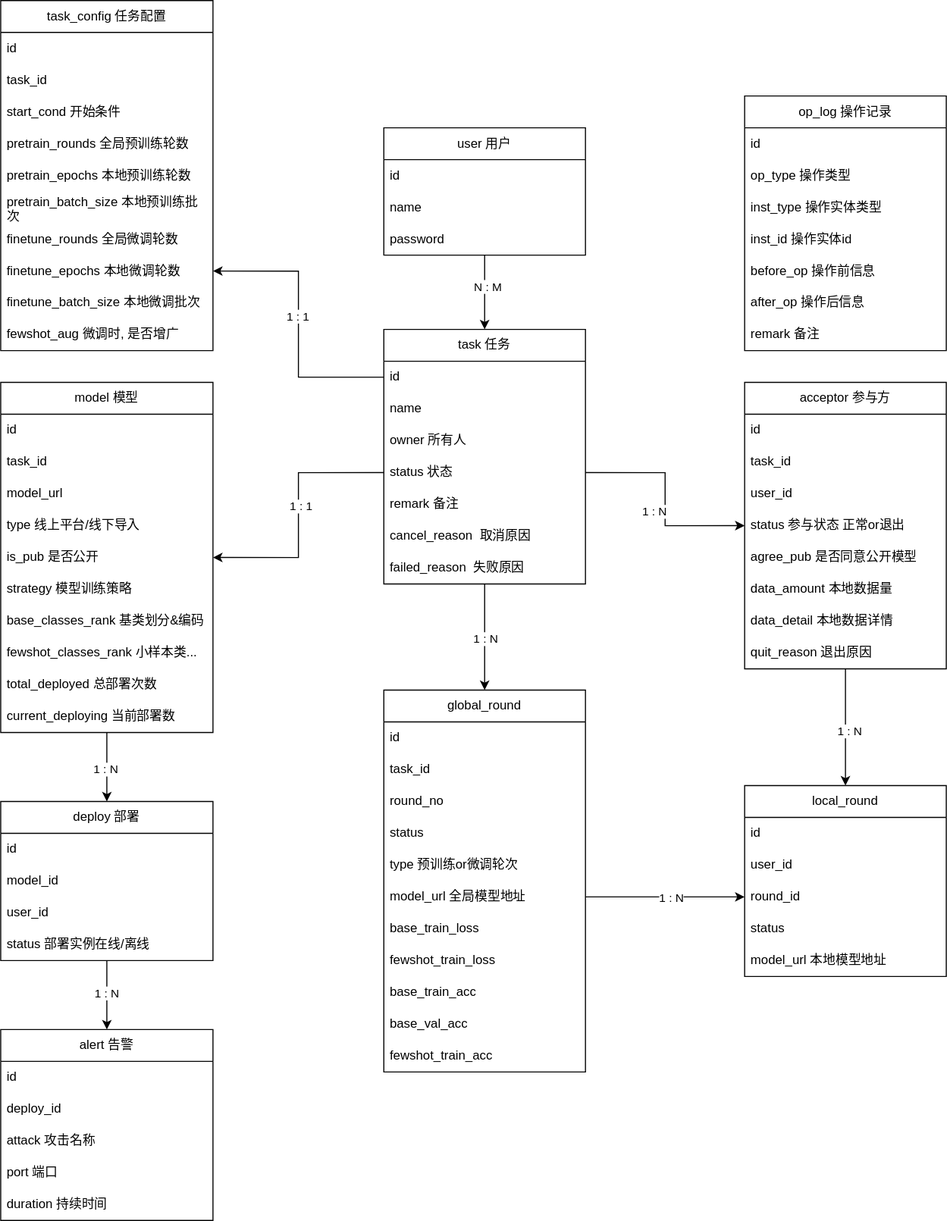
hiro942/drawio keeps this draw.io diagram as 数据库ER.svg. Above is the earlier version. Source tidied: cells renumbered, new cells last; positions are measured from the earlier drawing's top-left corner, leaving out a move shared by most shapes.
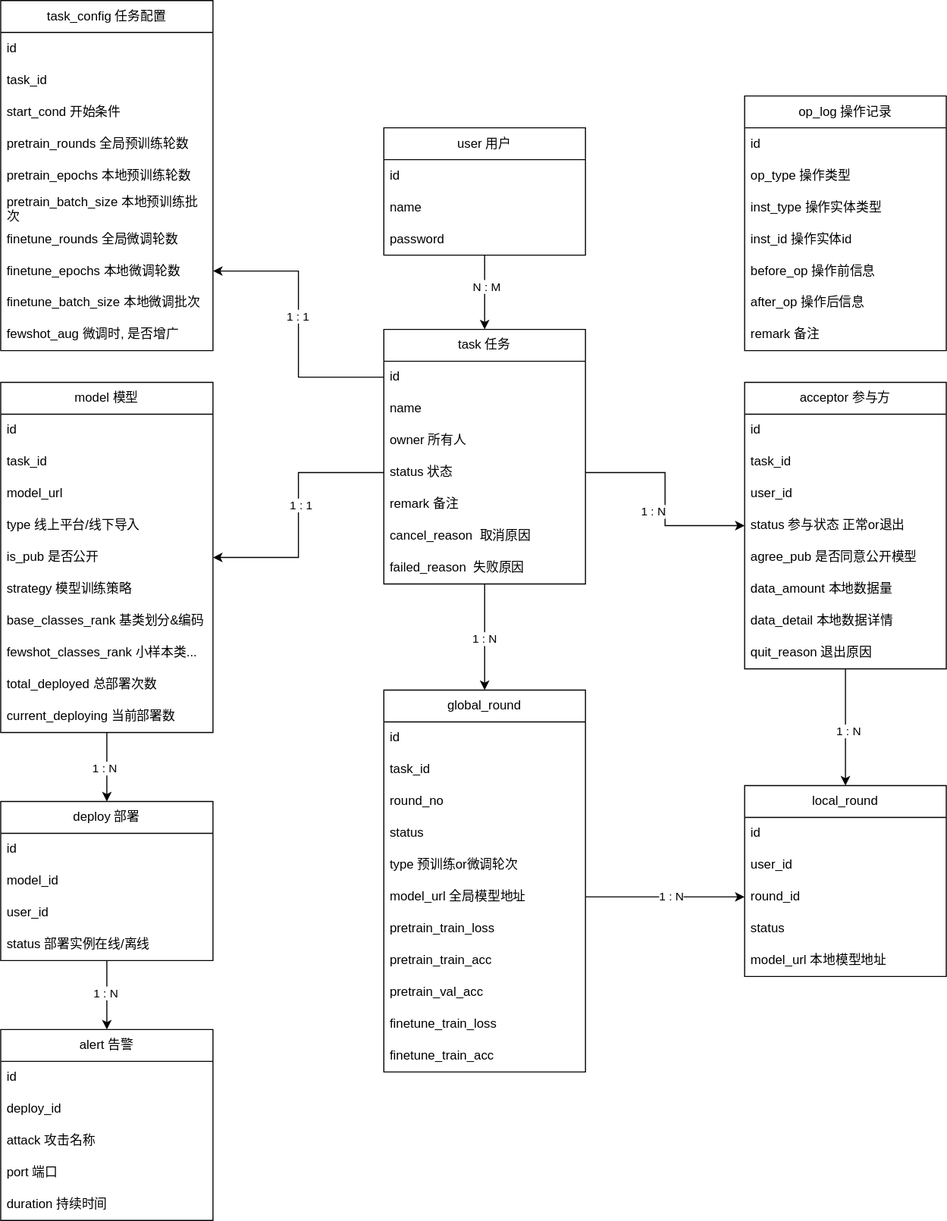
After the commit.

Commit message:
更新数据库ER.svg

What changed in the source:
```diff
@@ -104,19 +104,19 @@
     <mxCell id="35" value="model_url 全局模型地址" style="text;strokeColor=none;fillColor=none;align=left;verticalAlign=middle;spacingLeft=4;spacingRight=4;overflow=hidden;points=[[0,0.5],[1,0.5]];portConstraint=eastwest;whiteSpace=wrap;html=1;" parent="29" vertex="1">
       <mxGeometry y="180" width="190" height="30" as="geometry" />
     </mxCell>
-    <mxCell id="36" value="base_train_loss&amp;nbsp;" style="text;strokeColor=none;fillColor=none;align=left;verticalAlign=middle;spacingLeft=4;spacingRight=4;overflow=hidden;whiteSpace=wrap;html=1;" parent="29" vertex="1">
+    <mxCell id="36" value="pretrain_train_loss&amp;nbsp;" style="text;strokeColor=none;fillColor=none;align=left;verticalAlign=middle;spacingLeft=4;spacingRight=4;overflow=hidden;whiteSpace=wrap;html=1;" parent="29" vertex="1">
       <mxGeometry y="210" width="190" height="30" as="geometry" />
     </mxCell>
-    <mxCell id="37" value="fewshot_train_loss&amp;nbsp;" style="text;strokeColor=none;fillColor=none;align=left;verticalAlign=middle;spacingLeft=4;spacingRight=4;overflow=hidden;whiteSpace=wrap;html=1;" parent="29" vertex="1">
-      <mxGeometry y="240" width="190" height="30" as="geometry" />
-    </mxCell>
-    <mxCell id="38" value="base_train_acc" style="text;strokeColor=none;fillColor=none;align=left;verticalAlign=middle;spacingLeft=4;spacingRight=4;overflow=hidden;whiteSpace=wrap;html=1;" parent="29" vertex="1">
-      <mxGeometry y="270" width="190" height="30" as="geometry" />
+    <mxCell id="38" value="pretrain_train_acc" style="text;strokeColor=none;fillColor=none;align=left;verticalAlign=middle;spacingLeft=4;spacingRight=4;overflow=hidden;whiteSpace=wrap;html=1;" parent="29" vertex="1">
+      <mxGeometry y="240" width="190" height="30" as="geometry" />
     </mxCell>
-    <mxCell id="39" value="base_val_acc" style="text;strokeColor=none;fillColor=none;align=left;verticalAlign=middle;spacingLeft=4;spacingRight=4;overflow=hidden;whiteSpace=wrap;html=1;" parent="29" vertex="1">
-      <mxGeometry y="300" width="190" height="30" as="geometry" />
+    <mxCell id="39" value="pretrain_val_acc" style="text;strokeColor=none;fillColor=none;align=left;verticalAlign=middle;spacingLeft=4;spacingRight=4;overflow=hidden;whiteSpace=wrap;html=1;" parent="29" vertex="1">
+      <mxGeometry y="270" width="190" height="30" as="geometry" />
     </mxCell>
+    <mxCell id="37" value="finetune_train_loss&amp;nbsp;" style="text;strokeColor=none;fillColor=none;align=left;verticalAlign=middle;spacingLeft=4;spacingRight=4;overflow=hidden;whiteSpace=wrap;html=1;" parent="29" vertex="1">
+      <mxGeometry y="300" width="190" height="30" as="geometry" />
+    </mxCell>
-    <mxCell id="40" value="fewshot_train_acc" style="text;strokeColor=none;fillColor=none;align=left;verticalAlign=middle;spacingLeft=4;spacingRight=4;overflow=hidden;whiteSpace=wrap;html=1;" parent="29" vertex="1">
+    <mxCell id="40" value="finetune_train_acc" style="text;strokeColor=none;fillColor=none;align=left;verticalAlign=middle;spacingLeft=4;spacingRight=4;overflow=hidden;whiteSpace=wrap;html=1;" parent="29" vertex="1">
       <mxGeometry y="330" width="190" height="30" as="geometry" />
     </mxCell>
     <mxCell id="41" value="local_round" style="swimlane;fontStyle=0;horizontal=1;startSize=30;whiteSpace=wrap;html=1;" parent="1" vertex="1">
```
